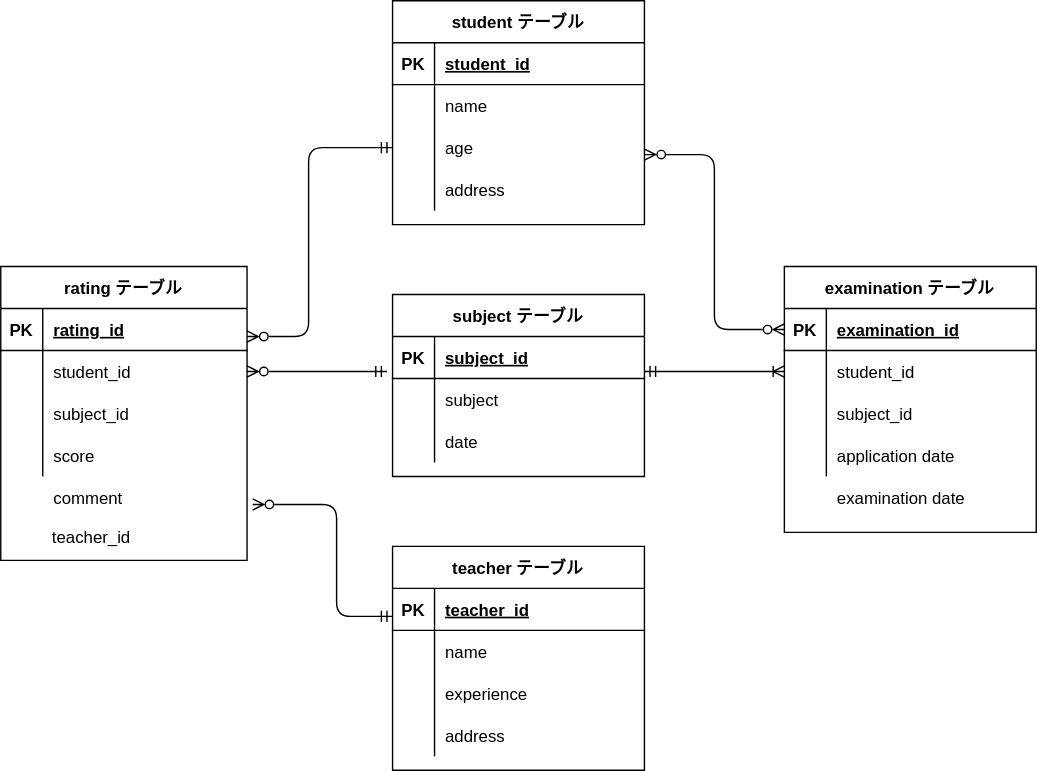
This is ER.drawio.svg from akikom220711/20220728, a draw.io export, as it was before one commit. Source tidied: cells renumbered, new cells last; positions are measured from the earlier drawing's top-left corner, leaving out a move shared by most shapes.
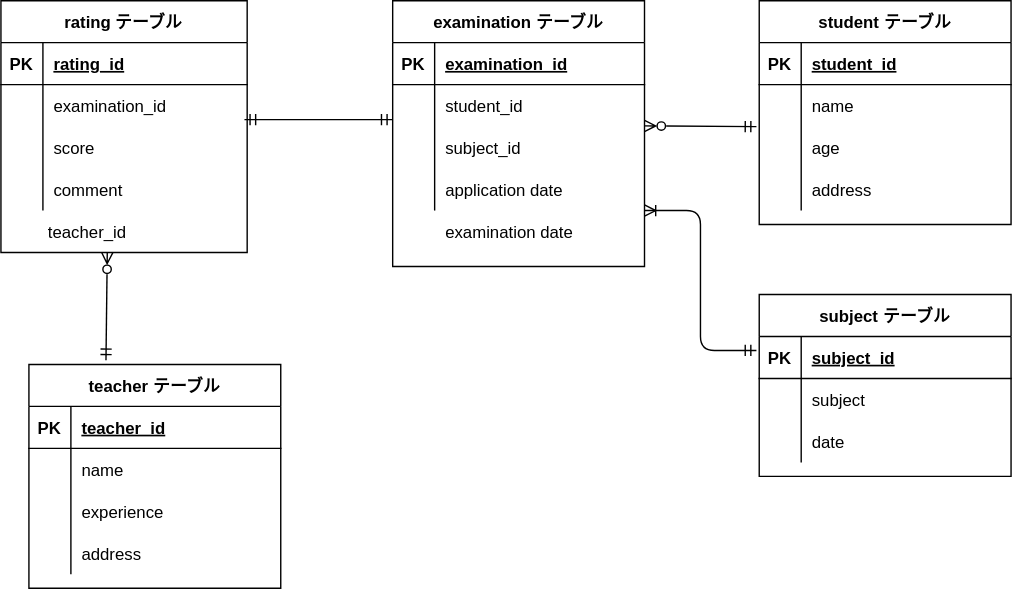
After the commit.

What changed in the source:
```diff
@@ -3,7 +3,7 @@
     <mxCell id="0" />
     <mxCell id="1" parent="0" />
     <mxCell id="2" value="student テーブル" style="shape=table;startSize=30;rowLines=0;fontStyle=1;align=center;" parent="1" vertex="1">
-      <mxGeometry x="280" width="180" height="160" as="geometry" />
+      <mxGeometry x="542" y="160" width="180" height="160" as="geometry" />
     </mxCell>
     <mxCell id="3" style="shape=partialRectangle;fillColor=none;top=0;left=0;bottom=1;right=0;" parent="2" vertex="1">
       <mxGeometry y="30" width="180" height="30" as="geometry" />
@@ -42,7 +42,7 @@
       <mxGeometry x="30" width="150" height="30" as="geometry" />
     </mxCell>
     <mxCell id="15" value="teacher テーブル" style="shape=table;startSize=30;rowLines=0;fontStyle=1;align=center;" parent="1" vertex="1">
-      <mxGeometry x="280" y="390" width="180" height="160" as="geometry" />
+      <mxGeometry x="20" y="420" width="180" height="160" as="geometry" />
     </mxCell>
     <mxCell id="16" style="shape=partialRectangle;fillColor=none;top=0;left=0;bottom=1;right=0;" parent="15" vertex="1">
       <mxGeometry y="30" width="180" height="30" as="geometry" />
@@ -81,7 +81,7 @@
       <mxGeometry x="30" width="150" height="30" as="geometry" />
     </mxCell>
     <mxCell id="28" value="examination テーブル" style="shape=table;startSize=30;rowLines=0;fontStyle=1;align=center;" parent="1" vertex="1">
-      <mxGeometry x="560" y="190" width="180" height="190" as="geometry" />
+      <mxGeometry x="280" y="160" width="180" height="190" as="geometry" />
     </mxCell>
     <mxCell id="29" style="shape=partialRectangle;fillColor=none;top=0;left=0;bottom=1;right=0;" parent="28" vertex="1">
       <mxGeometry y="30" width="180" height="30" as="geometry" />
@@ -120,7 +120,7 @@
       <mxGeometry x="30" width="150" height="30" as="geometry" />
     </mxCell>
     <mxCell id="41" value="subject テーブル" style="shape=table;startSize=30;rowLines=0;fontStyle=1;align=center;" parent="1" vertex="1">
-      <mxGeometry x="280" y="210" width="180" height="130" as="geometry" />
+      <mxGeometry x="542" y="370" width="180" height="130" as="geometry" />
     </mxCell>
     <mxCell id="42" style="shape=partialRectangle;fillColor=none;top=0;left=0;bottom=1;right=0;" parent="41" vertex="1">
       <mxGeometry y="30" width="180" height="30" as="geometry" />
@@ -150,7 +150,7 @@
       <mxGeometry x="30" width="150" height="30" as="geometry" />
     </mxCell>
     <mxCell id="51" value="rating テーブル" style="shape=table;startSize=30;rowLines=0;fontStyle=1;align=center;" parent="1" vertex="1">
-      <mxGeometry y="190" width="176" height="210" as="geometry" />
+      <mxGeometry y="160" width="176" height="180" as="geometry" />
     </mxCell>
     <mxCell id="52" style="shape=partialRectangle;fillColor=none;top=0;left=0;bottom=1;right=0;" parent="51" vertex="1">
       <mxGeometry y="30" width="176" height="30" as="geometry" />
@@ -167,7 +167,7 @@
     <mxCell id="56" style="shape=partialRectangle;fillColor=none;top=0;left=0;bottom=0;right=0;overflow=hidden;" parent="55" vertex="1">
       <mxGeometry width="30" height="30" as="geometry" />
     </mxCell>
-    <mxCell id="57" value="student_id" style="shape=partialRectangle;fillColor=none;top=0;left=0;bottom=0;right=0;align=left;spacingLeft=6;overflow=hidden;" parent="55" vertex="1">
+    <mxCell id="57" value="examination_id" style="shape=partialRectangle;fillColor=none;top=0;left=0;bottom=0;right=0;align=left;spacingLeft=6;overflow=hidden;" parent="55" vertex="1">
       <mxGeometry x="30" width="146" height="30" as="geometry" />
     </mxCell>
     <mxCell id="58" style="shape=partialRectangle;fillColor=none;top=0;left=0;bottom=0;right=0;" parent="51" vertex="1">
@@ -176,7 +176,7 @@
     <mxCell id="59" style="shape=partialRectangle;fillColor=none;top=0;left=0;bottom=0;right=0;overflow=hidden;" parent="58" vertex="1">
       <mxGeometry width="30" height="30" as="geometry" />
     </mxCell>
-    <mxCell id="60" value="subject_id" style="shape=partialRectangle;fillColor=none;top=0;left=0;bottom=0;right=0;align=left;spacingLeft=6;overflow=hidden;" parent="58" vertex="1">
+    <mxCell id="60" value="score" style="shape=partialRectangle;fillColor=none;top=0;left=0;bottom=0;right=0;align=left;spacingLeft=6;overflow=hidden;" parent="58" vertex="1">
       <mxGeometry x="30" width="146" height="30" as="geometry" />
     </mxCell>
     <mxCell id="61" style="shape=partialRectangle;fillColor=none;top=0;left=0;bottom=0;right=0;" parent="51" vertex="1">
@@ -185,17 +185,14 @@
     <mxCell id="62" style="shape=partialRectangle;fillColor=none;top=0;left=0;bottom=0;right=0;overflow=hidden;" parent="61" vertex="1">
       <mxGeometry width="30" height="30" as="geometry" />
     </mxCell>
-    <mxCell id="63" value="score" style="shape=partialRectangle;fillColor=none;top=0;left=0;bottom=0;right=0;align=left;spacingLeft=6;overflow=hidden;" parent="61" vertex="1">
+    <mxCell id="63" value="comment" style="shape=partialRectangle;fillColor=none;top=0;left=0;bottom=0;right=0;align=left;spacingLeft=6;overflow=hidden;" parent="61" vertex="1">
       <mxGeometry x="30" width="146" height="30" as="geometry" />
     </mxCell>
-    <mxCell id="64" value="comment" style="shape=partialRectangle;fillColor=none;top=0;left=0;bottom=0;right=0;align=left;spacingLeft=6;overflow=hidden;" parent="1" vertex="1">
-      <mxGeometry x="30" y="340" width="150" height="30" as="geometry" />
-    </mxCell>
     <mxCell id="65" value="teacher_id" style="shape=partialRectangle;fillColor=none;top=0;left=0;bottom=0;right=0;align=left;spacingLeft=6;overflow=hidden;" parent="1" vertex="1">
-      <mxGeometry x="29" y="368" width="150" height="30" as="geometry" />
+      <mxGeometry x="26" y="310" width="150" height="30" as="geometry" />
     </mxCell>
     <mxCell id="66" style="shape=partialRectangle;fillColor=none;top=0;left=0;bottom=0;right=0;" parent="1" vertex="1">
-      <mxGeometry x="560" y="340" width="180" height="30" as="geometry" />
+      <mxGeometry x="280" y="310" width="180" height="30" as="geometry" />
     </mxCell>
     <mxCell id="67" style="shape=partialRectangle;fillColor=none;top=0;left=0;bottom=0;right=0;overflow=hidden;" parent="66" vertex="1">
       <mxGeometry width="30" height="30" as="geometry" />
@@ -203,46 +200,32 @@
     <mxCell id="68" value="examination date" style="shape=partialRectangle;fillColor=none;top=0;left=0;bottom=0;right=0;align=left;spacingLeft=6;overflow=hidden;" parent="66" vertex="1">
       <mxGeometry x="30" width="150" height="30" as="geometry" />
     </mxCell>
-    <mxCell id="69" style="fontSize=12;html=1;endArrow=ERzeroToMany;endFill=0;startArrow=ERzeroToMany;startFill=0;edgeStyle=orthogonalEdgeStyle;" parent="1" edge="1">
-      <mxGeometry relative="1" as="geometry">
-        <mxPoint x="460" y="110" as="sourcePoint" />
-        <mxPoint x="560" y="235" as="targetPoint" />
-        <Array as="points">
-          <mxPoint x="510" y="110" />
-          <mxPoint x="510" y="235" />
-        </Array>
-      </mxGeometry>
-    </mxCell>
-    <mxCell id="70" style="fontSize=12;html=1;endArrow=ERoneToMany;entryX=0;entryY=0.5;entryDx=0;entryDy=0;startArrow=ERmandOne;startFill=0;" parent="1" edge="1" target="32">
+    <mxCell id="70" style="fontSize=12;html=1;endArrow=ERoneToMany;startArrow=ERmandOne;startFill=0;edgeStyle=orthogonalEdgeStyle;" parent="1" edge="1">
       <mxGeometry relative="1" as="geometry">
-        <mxPoint x="460" y="265" as="sourcePoint" />
+        <mxPoint x="540" y="410" as="sourcePoint" />
+        <mxPoint x="460" y="310" as="targetPoint" />
+        <Array as="points">
+          <mxPoint x="500" y="410" />
+          <mxPoint x="500" y="310" />
+          <mxPoint x="460" y="310" />
+        </Array>
       </mxGeometry>
     </mxCell>
-    <mxCell id="71" style="edgeStyle=orthogonalEdgeStyle;fontSize=12;html=1;endArrow=ERmandOne;entryX=0;entryY=0.5;entryDx=0;entryDy=0;startArrow=ERzeroToMany;startFill=0;endFill=0;" parent="1" edge="1" target="9">
-      <mxGeometry relative="1" as="geometry">
-        <mxPoint x="176" y="240" as="sourcePoint" />
-        <Array as="points">
-          <mxPoint x="220" y="240" />
-          <mxPoint x="220" y="105" />
-        </Array>
-      </mxGeometry>
-    </mxCell>
-    <mxCell id="72" style="fontSize=12;html=1;endArrow=ERmandOne;entryX=0;entryY=0.5;entryDx=0;entryDy=0;startArrow=ERzeroToMany;startFill=0;endFill=0;" parent="1" edge="1">
-      <mxGeometry relative="1" as="geometry">
-        <mxPoint x="176" y="265" as="sourcePoint" />
-        <mxPoint x="276" y="265" as="targetPoint" />
-      </mxGeometry>
-    </mxCell>
-    <mxCell id="73" style="edgeStyle=orthogonalEdgeStyle;fontSize=12;html=1;endArrow=ERmandOne;startArrow=ERzeroToMany;startFill=0;endFill=0;" parent="1" edge="1">
+    <mxCell id="73" style="fontSize=12;html=1;endArrow=ERmandOne;startArrow=ERzeroToMany;startFill=0;endFill=0;entryX=0.306;entryY=-0.019;entryDx=0;entryDy=0;entryPerimeter=0;" parent="1" edge="1" target="15">
       <mxGeometry relative="1" as="geometry">
-        <mxPoint x="180" y="360" as="sourcePoint" />
-        <mxPoint x="280" y="440" as="targetPoint" />
-        <Array as="points">
-          <mxPoint x="240" y="360" />
-          <mxPoint x="240" y="440" />
-          <mxPoint x="280" y="440" />
-        </Array>
+        <mxPoint x="76" y="340" as="sourcePoint" />
       </mxGeometry>
     </mxCell>
+    <mxCell id="74" style="fontSize=12;html=1;endArrow=ERmandOne;startArrow=ERmandOne;startFill=0;endFill=0;entryX=0.989;entryY=0.833;entryDx=0;entryDy=0;entryPerimeter=0;" parent="1" edge="1" target="55">
+      <mxGeometry relative="1" as="geometry">
+        <mxPoint x="280" y="245" as="sourcePoint" />
+      </mxGeometry>
+    </mxCell>
+    <mxCell id="75" style="fontSize=12;html=1;endArrow=ERzeroToMany;startArrow=ERmandOne;startFill=0;endFill=0;entryX=0.989;entryY=0.833;entryDx=0;entryDy=0;entryPerimeter=0;" parent="1" edge="1">
+      <mxGeometry relative="1" as="geometry">
+        <mxPoint x="540" y="250" as="sourcePoint" />
+        <mxPoint x="460" y="249.5" as="targetPoint" />
+      </mxGeometry>
+    </mxCell>
   </root>
 </mxGraphModel>
```
